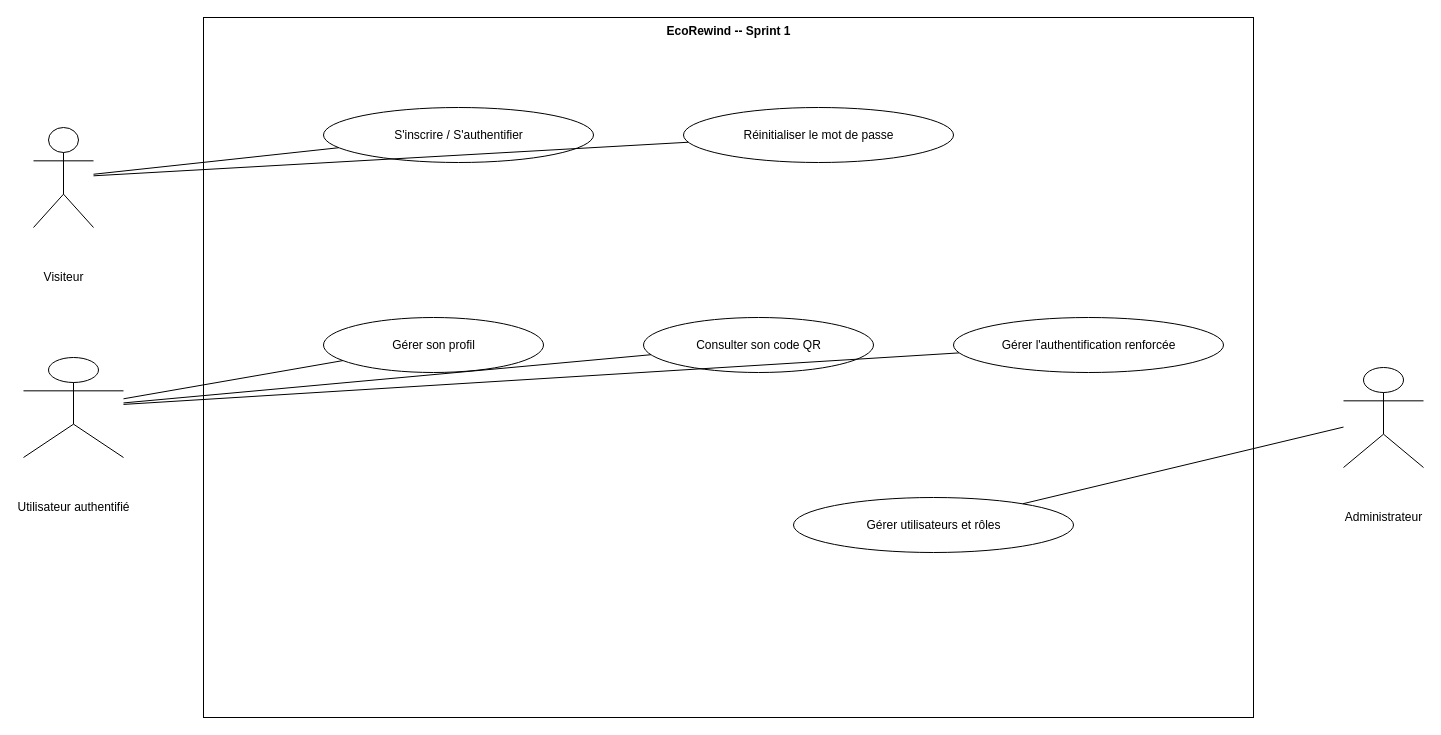
This is usecase_sprint1_access.drawio from ahmedbs94/dechet, a draw.io file, before an edit. Source tidied: cells renumbered, new cells numbered last; positions are measured from the earlier drawing's top-left corner, leaving out a move shared by most shapes. Both pictures are drawn from the tidied source at 100%, with x=0, y=0 at pixel (23, 17).
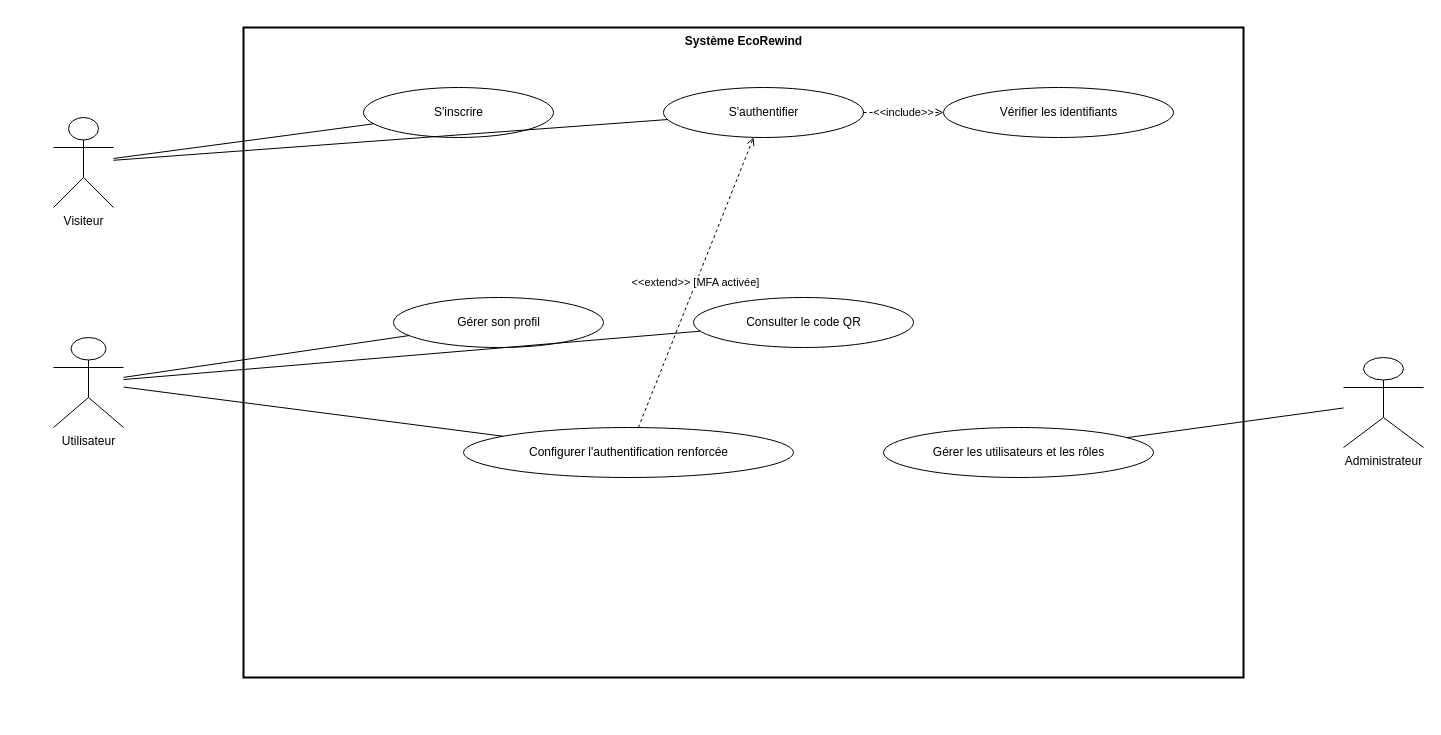
The same diagram, later.

Commit message (it also covers changes not shown here):
docs: correct sprint UML diagrams with include extend and UML associations

Diff of the diagram source:
```diff
@@
-    <mxCell id="2" value="&lt;b&gt;EcoRewind -- Sprint 1&lt;/b&gt;" style="rounded=0;html=1;verticalAlign=top;align=center;fontStyle=1;" parent="1" vertex="1">
-      <mxGeometry x="180" width="1050" height="700" as="geometry" />
+    <mxCell id="2" value="&lt;b&gt;Système EcoRewind&lt;/b&gt;" style="rounded=0;html=1;verticalAlign=top;align=center;fontStyle=1;strokeWidth=2;" parent="1" vertex="1">
+      <mxGeometry x="220" y="10" width="1000" height="650" as="geometry" />
     </mxCell>
-    <mxCell id="3" value="Visiteur" style="shape=umlActor;verticalLabelPosition=bottom;html=1;" parent="1" vertex="1">
-      <mxGeometry x="10" y="110" width="60" height="100" as="geometry" />
+    <mxCell id="3" value="Visiteur" style="shape=umlActor;verticalLabelPosition=bottom;verticalAlign=top;html=1;" parent="1" vertex="1">
+      <mxGeometry x="30" y="100" width="60" height="90" as="geometry" />
     </mxCell>
-    <mxCell id="4" value="Utilisateur authentifié" style="shape=umlActor;verticalLabelPosition=bottom;html=1;" parent="1" vertex="1">
-      <mxGeometry y="340" width="100" height="100" as="geometry" />
-    </mxCell>
+    <mxCell id="18" value="Utilisateur" style="shape=umlActor;verticalLabelPosition=bottom;verticalAlign=top;html=1;" parent="1" vertex="1">
+      <mxGeometry x="30" y="320" width="70" height="90" as="geometry" />
+    </mxCell>
-    <mxCell id="5" value="Administrateur" style="shape=umlActor;verticalLabelPosition=bottom;html=1;" parent="1" vertex="1">
-      <mxGeometry x="1320" y="350" width="80" height="100" as="geometry" />
+    <mxCell id="5" value="Administrateur" style="shape=umlActor;verticalLabelPosition=bottom;verticalAlign=top;html=1;" parent="1" vertex="1">
+      <mxGeometry x="1320" y="340" width="80" height="90" as="geometry" />
     </mxCell>
-    <mxCell id="6" value="S'inscrire / S'authentifier" style="ellipse;html=1;" parent="1" vertex="1">
-      <mxGeometry x="300" y="90" width="270" height="55" as="geometry" />
-    </mxCell>
-    <mxCell id="7" value="Réinitialiser le mot de passe" style="ellipse;html=1;" parent="1" vertex="1">
-      <mxGeometry x="660" y="90" width="270" height="55" as="geometry" />
-    </mxCell>
+    <mxCell id="19" value="S'inscrire" style="ellipse;html=1;" parent="1" vertex="1">
+      <mxGeometry x="340" y="70" width="190" height="50" as="geometry" />
+    </mxCell>
+    <mxCell id="20" value="S'authentifier" style="ellipse;html=1;" parent="1" vertex="1">
+      <mxGeometry x="640" y="70" width="200" height="50" as="geometry" />
+    </mxCell>
+    <mxCell id="21" value="Vérifier les identifiants" style="ellipse;html=1;" parent="1" vertex="1">
+      <mxGeometry x="920" y="70" width="230" height="50" as="geometry" />
+    </mxCell>
     <mxCell id="8" value="Gérer son profil" style="ellipse;html=1;" parent="1" vertex="1">
-      <mxGeometry x="300" y="300" width="220" height="55" as="geometry" />
+      <mxGeometry x="370" y="280" width="210" height="50" as="geometry" />
     </mxCell>
-    <mxCell id="9" value="Consulter son code QR" style="ellipse;html=1;" parent="1" vertex="1">
-      <mxGeometry x="620" y="300" width="230" height="55" as="geometry" />
+    <mxCell id="9" value="Consulter le code QR" style="ellipse;html=1;" parent="1" vertex="1">
+      <mxGeometry x="670" y="280" width="220" height="50" as="geometry" />
     </mxCell>
-    <mxCell id="10" value="Gérer l'authentification renforcée" style="ellipse;html=1;" parent="1" vertex="1">
-      <mxGeometry x="930" y="300" width="270" height="55" as="geometry" />
+    <mxCell id="10" value="Configurer l'authentification renforcée" style="ellipse;html=1;" parent="1" vertex="1">
+      <mxGeometry x="440" y="410" width="330" height="50" as="geometry" />
     </mxCell>
-    <mxCell id="11" value="Gérer utilisateurs et rôles" style="ellipse;html=1;" parent="1" vertex="1">
-      <mxGeometry x="770" y="480" width="280" height="55" as="geometry" />
+    <mxCell id="11" value="Gérer les utilisateurs et les rôles" style="ellipse;html=1;" parent="1" vertex="1">
+      <mxGeometry x="860" y="410" width="270" height="50" as="geometry" />
     </mxCell>
-    <mxCell id="12" style="endArrow=none;html=1;" parent="1" edge="1" source="3" target="6">
+    <mxCell id="12" style="endArrow=none;html=1;" parent="1" edge="1" source="3" target="19">
       <mxGeometry relative="1" as="geometry" />
     </mxCell>
-    <mxCell id="13" style="endArrow=none;html=1;" parent="1" edge="1" source="3" target="7">
+    <mxCell id="13" style="endArrow=none;html=1;" parent="1" edge="1" source="3" target="20">
       <mxGeometry relative="1" as="geometry" />
     </mxCell>
-    <mxCell id="14" style="endArrow=none;html=1;" parent="1" edge="1" source="4" target="8">
+    <mxCell id="14" style="endArrow=none;html=1;" parent="1" edge="1" source="18" target="8">
       <mxGeometry relative="1" as="geometry" />
     </mxCell>
-    <mxCell id="15" style="endArrow=none;html=1;" parent="1" edge="1" source="4" target="9">
+    <mxCell id="15" style="endArrow=none;html=1;" parent="1" edge="1" source="18" target="9">
       <mxGeometry relative="1" as="geometry" />
     </mxCell>
-    <mxCell id="16" style="endArrow=none;html=1;" parent="1" edge="1" source="4" target="10">
+    <mxCell id="16" style="endArrow=none;html=1;" parent="1" edge="1" source="18" target="10">
       <mxGeometry relative="1" as="geometry" />
     </mxCell>
@@
+    <mxCell id="22" value="&amp;lt;&amp;lt;include&amp;gt;&amp;gt;" style="dashed=1;endArrow=open;html=1;" parent="1" edge="1" source="20" target="21">
+      <mxGeometry relative="1" as="geometry" />
+    </mxCell>
+    <mxCell id="23" value="&amp;lt;&amp;lt;extend&amp;gt;&amp;gt; [MFA activée]" style="dashed=1;endArrow=open;html=1;" parent="1" edge="1" source="10" target="20">
+      <mxGeometry relative="1" as="geometry" />
+    </mxCell>
```
